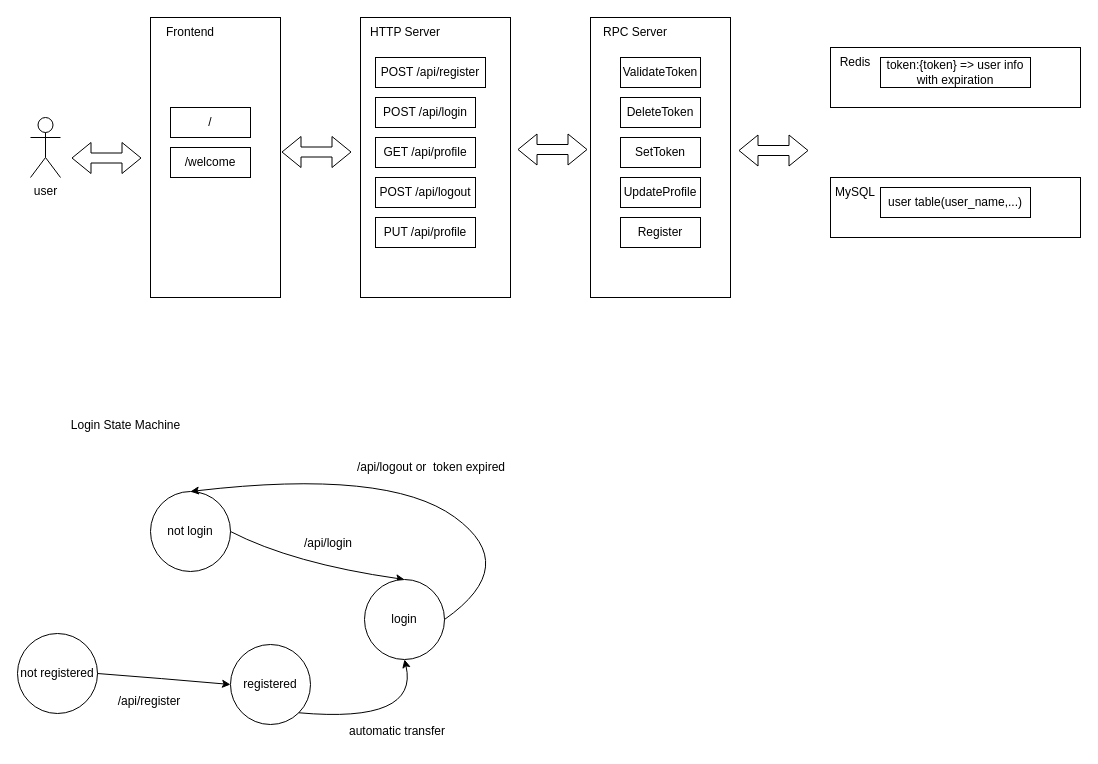
xhd2015/bog keeps this draw.io diagram as page "System Overview" (1 of 3) of entry_task.drawio. Above is the earlier version. Source tidied: cells renumbered, new cells numbered last; positions are measured from the earlier drawing's top-left corner, leaving out a move shared by most shapes. Both pictures are drawn from the tidied source at 100%, with x=0, y=0 at pixel (17, 17).
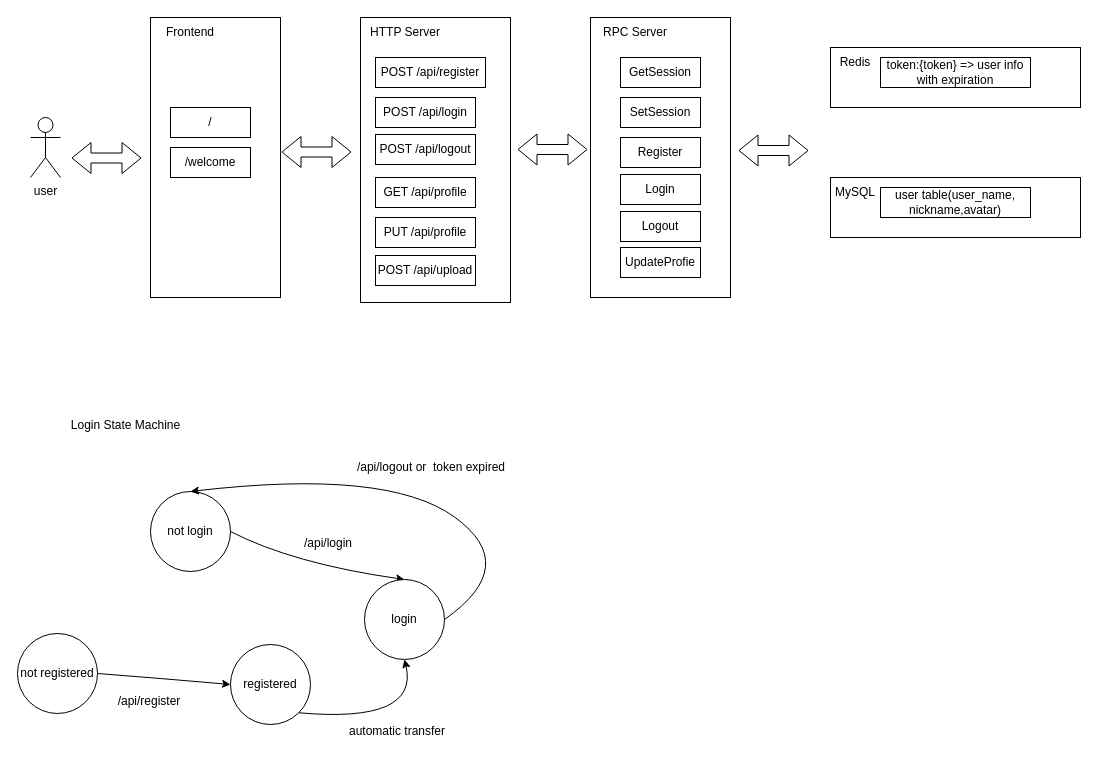
Above is the later version.

Diff of the diagram source:
```diff
@@
     <mxCell id="7" style="rounded=0;whiteSpace=wrap;html=1;" parent="1" vertex="1">
-      <mxGeometry x="343" width="150" height="280" as="geometry" />
+      <mxGeometry x="343" width="150" height="285" as="geometry" />
     </mxCell>
@@
     <mxCell id="10" value="GET /api/profile" style="rounded=0;whiteSpace=wrap;html=1;" parent="1" vertex="1">
-      <mxGeometry x="358" y="120" width="100" height="30" as="geometry" />
+      <mxGeometry x="358" y="160" width="100" height="30" as="geometry" />
     </mxCell>
@@
     <mxCell id="12" value="POST /api/logout" style="rounded=0;whiteSpace=wrap;html=1;" parent="1" vertex="1">
-      <mxGeometry x="358" y="160" width="100" height="30" as="geometry" />
+      <mxGeometry x="358" y="117" width="100" height="30" as="geometry" />
     </mxCell>
@@
-    <mxCell id="15" value="DeleteToken" style="rounded=0;whiteSpace=wrap;html=1;" parent="1" vertex="1">
+    <mxCell id="15" value="SetSession" style="rounded=0;whiteSpace=wrap;html=1;" parent="1" vertex="1">
       <mxGeometry x="603" y="80" width="80" height="30" as="geometry" />
     </mxCell>
-    <mxCell id="16" value="SetToken" style="rounded=0;whiteSpace=wrap;html=1;" parent="1" vertex="1">
-      <mxGeometry x="603" y="120" width="80" height="30" as="geometry" />
-    </mxCell>
-    <mxCell id="17" value="ValidateToken" style="rounded=0;whiteSpace=wrap;html=1;" parent="1" vertex="1">
+    <mxCell id="17" value="GetSession" style="rounded=0;whiteSpace=wrap;html=1;" parent="1" vertex="1">
       <mxGeometry x="603" y="40" width="80" height="30" as="geometry" />
     </mxCell>
-    <mxCell id="18" value="UpdateProfile" style="rounded=0;whiteSpace=wrap;html=1;" parent="1" vertex="1">
-      <mxGeometry x="603" y="160" width="80" height="30" as="geometry" />
+    <mxCell id="18" value="Register" style="rounded=0;whiteSpace=wrap;html=1;" parent="1" vertex="1">
+      <mxGeometry x="603" y="120" width="80" height="30" as="geometry" />
     </mxCell>
@@
-    <mxCell id="24" value="user table(user_name,...)" style="rounded=0;whiteSpace=wrap;html=1;" parent="1" vertex="1">
+    <mxCell id="24" value="user table(user_name, nickname,avatar)" style="rounded=0;whiteSpace=wrap;html=1;" parent="1" vertex="1">
       <mxGeometry x="863" y="170" width="150" height="30" as="geometry" />
     </mxCell>
@@
-    <mxCell id="30" value="Register" style="rounded=0;whiteSpace=wrap;html=1;" parent="1" vertex="1">
-      <mxGeometry x="603" y="200" width="80" height="30" as="geometry" />
+    <mxCell id="30" value="Login" style="rounded=0;whiteSpace=wrap;html=1;" parent="1" vertex="1">
+      <mxGeometry x="603" y="157" width="80" height="30" as="geometry" />
     </mxCell>
@@
+    <mxCell id="44" value="POST /api/upload" style="rounded=0;whiteSpace=wrap;html=1;" parent="1" vertex="1">
+      <mxGeometry x="358" y="238" width="100" height="30" as="geometry" />
+    </mxCell>
+    <mxCell id="45" value="Logout" style="rounded=0;whiteSpace=wrap;html=1;" parent="1" vertex="1">
+      <mxGeometry x="603" y="194" width="80" height="30" as="geometry" />
+    </mxCell>
+    <mxCell id="46" value="UpdateProfie" style="rounded=0;whiteSpace=wrap;html=1;" parent="1" vertex="1">
+      <mxGeometry x="603" y="230" width="80" height="30" as="geometry" />
+    </mxCell>
```
